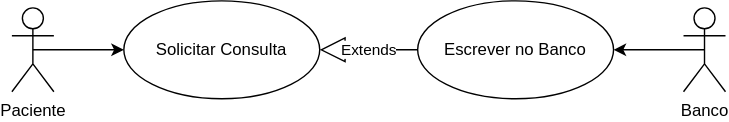
Above: [UC01] Solicitar Consulta.drawio.svg in SIGH-Projeto-de-Topicos/SIGH-Diagrams (draw.io), before the change. Source tidied: cells renumbered, new cells last; positions are measured from the earlier drawing's top-left corner, leaving out a move shared by most shapes. Source of this version:
```xml
<mxGraphModel>
  <root>
    <mxCell id="0" />
    <mxCell id="1" parent="0" />
    <mxCell id="2" style="edgeStyle=orthogonalEdgeStyle;rounded=0;jettySize=auto;html=1;exitX=0.5;exitY=0.5;exitDx=0;exitDy=0;exitPerimeter=0;" parent="1" edge="1" source="3" target="4">
      <mxGeometry relative="1" as="geometry" />
    </mxCell>
    <mxCell id="3" value="Paciente" style="shape=umlActor;verticalLabelPosition=bottom;verticalAlign=top;html=1;" parent="1" vertex="1">
      <mxGeometry y="5" width="30" height="60" as="geometry" />
    </mxCell>
    <mxCell id="4" value="Solicitar Consulta" style="ellipse;whiteSpace=wrap;html=1;" parent="1" vertex="1">
      <mxGeometry x="80" width="140" height="70" as="geometry" />
    </mxCell>
    <mxCell id="5" value="Escrever no Banco" style="ellipse;whiteSpace=wrap;html=1;" parent="1" vertex="1">
      <mxGeometry x="290" width="140" height="70" as="geometry" />
    </mxCell>
    <mxCell id="6" style="edgeStyle=orthogonalEdgeStyle;rounded=0;jettySize=auto;html=1;exitX=0.5;exitY=0.5;exitDx=0;exitDy=0;exitPerimeter=0;" parent="1" edge="1" source="7" target="5">
      <mxGeometry relative="1" as="geometry" />
    </mxCell>
    <mxCell id="7" value="Banco" style="shape=umlActor;verticalLabelPosition=bottom;verticalAlign=top;html=1;" parent="1" vertex="1">
      <mxGeometry x="480" y="5" width="30" height="60" as="geometry" />
    </mxCell>
    <mxCell id="8" value="Extends" style="endArrow=block;endSize=16;endFill=0;html=1;rounded=0;" parent="1" edge="1" source="5" target="4">
      <mxGeometry relative="1" as="geometry" />
    </mxCell>
  </root>
</mxGraphModel>
```
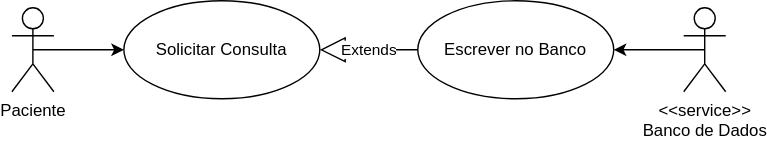
The same file after the commit.

What changed in the source:
```diff
@@ -17,7 +17,7 @@
     <mxCell id="6" style="edgeStyle=orthogonalEdgeStyle;rounded=0;jettySize=auto;html=1;exitX=0.5;exitY=0.5;exitDx=0;exitDy=0;exitPerimeter=0;" parent="1" edge="1" source="7" target="5">
       <mxGeometry relative="1" as="geometry" />
     </mxCell>
-    <mxCell id="7" value="Banco" style="shape=umlActor;verticalLabelPosition=bottom;verticalAlign=top;html=1;" parent="1" vertex="1">
+    <mxCell id="7" value="&amp;lt;&amp;lt;service&amp;gt;&amp;gt;&lt;br&gt;Banco de Dados" style="shape=umlActor;verticalLabelPosition=bottom;verticalAlign=top;html=1;" parent="1" vertex="1">
       <mxGeometry x="480" y="5" width="30" height="60" as="geometry" />
     </mxCell>
     <mxCell id="8" value="Extends" style="endArrow=block;endSize=16;endFill=0;html=1;rounded=0;" parent="1" edge="1" source="5" target="4">
```
